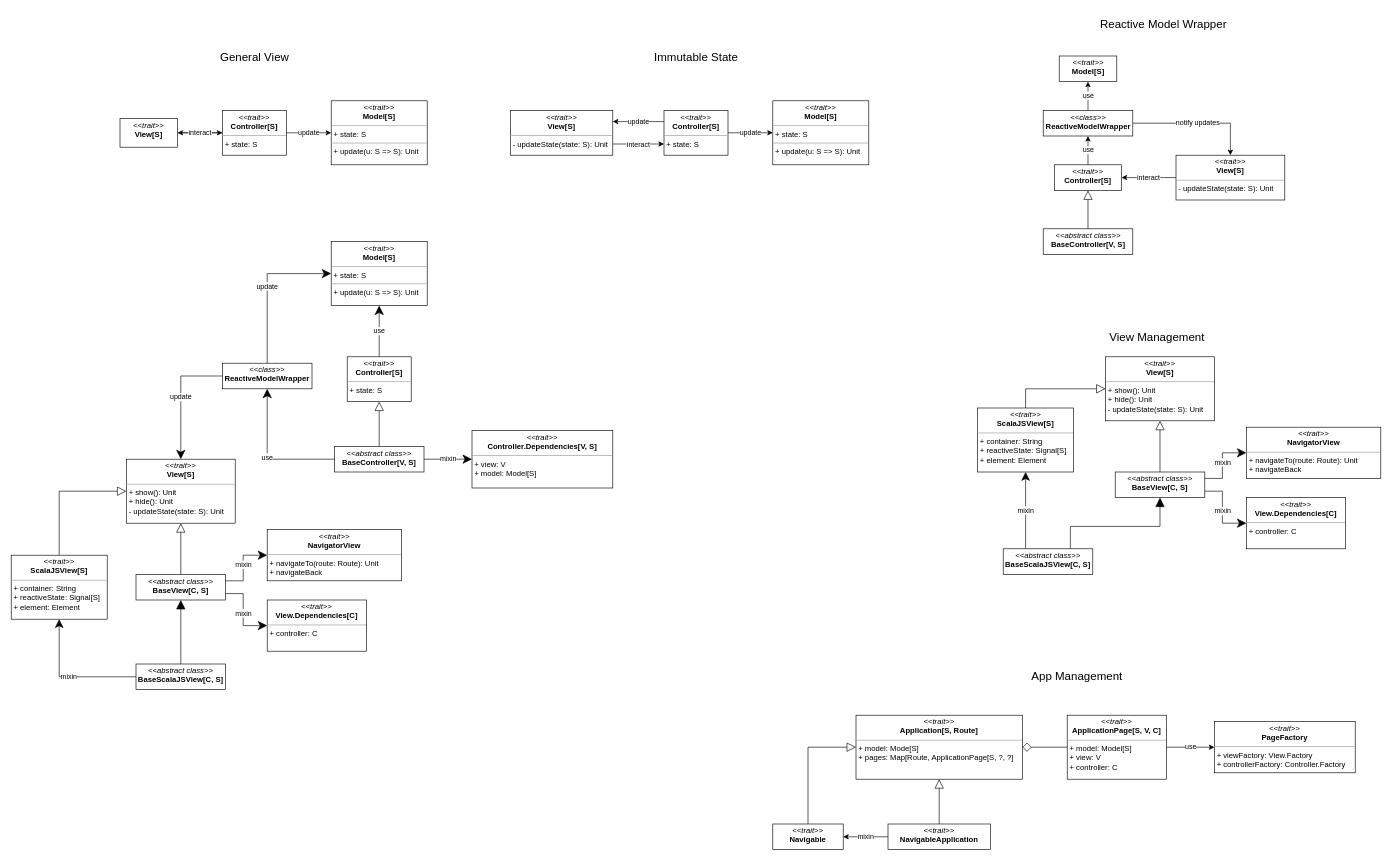
Above: page "MVC" (7 of 9) of scatan.drawio in zucchero-sintattico/pps-22-scatan (draw.io), before the change. Source tidied: cells renumbered, new cells numbered last; positions are measured from the earlier drawing's top-left corner, leaving out a move shared by most shapes. Both pictures are drawn from the tidied source at 64%, with x=0, y=0 at pixel (11, 11).
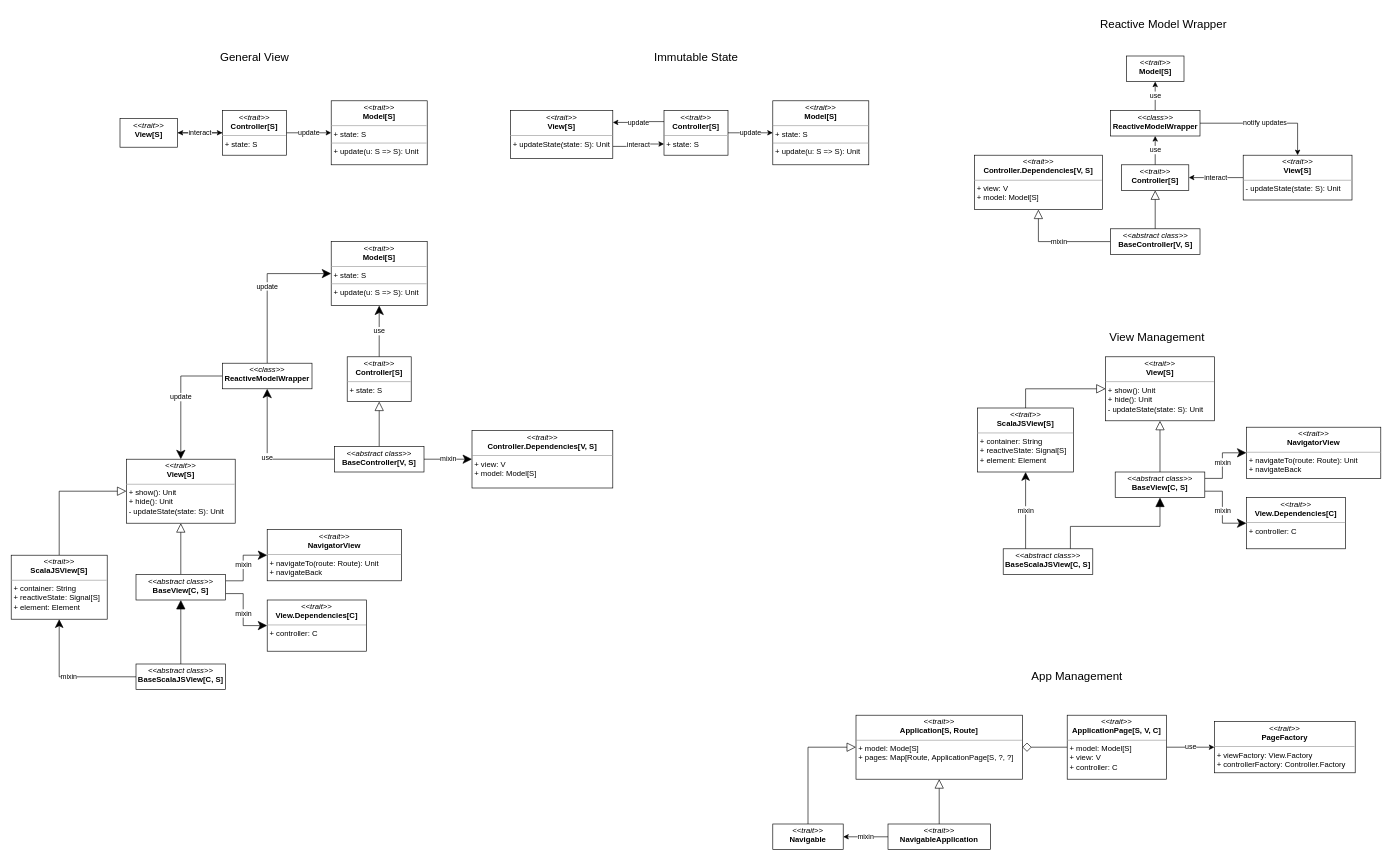
The same page after the edit.

What changed in the source:
```diff
@@
-    <mxCell id="47" value="&lt;p style=&quot;margin:0px;margin-top:4px;text-align:center;&quot;&gt;&lt;i&gt;&amp;lt;&amp;lt;trait&amp;gt;&amp;gt;&lt;/i&gt;&lt;br&gt;&lt;b&gt;View[S]&lt;/b&gt;&lt;/p&gt;&lt;hr size=&quot;1&quot;&gt;&lt;p style=&quot;margin:0px;margin-left:4px;&quot;&gt;&lt;span style=&quot;background-color: initial;&quot;&gt;- updateState(state: S): Unit&lt;/span&gt;&lt;br&gt;&lt;/p&gt;" style="verticalAlign=top;align=left;overflow=fill;fontSize=12;fontFamily=Helvetica;html=1;whiteSpace=wrap;" parent="1" vertex="1">
-      <mxGeometry x="780" y="155" width="160" height="70" as="geometry" />
+    <mxCell id="47" value="&lt;p style=&quot;margin:0px;margin-top:4px;text-align:center;&quot;&gt;&lt;i&gt;&amp;lt;&amp;lt;trait&amp;gt;&amp;gt;&lt;/i&gt;&lt;br&gt;&lt;b&gt;View[S]&lt;/b&gt;&lt;/p&gt;&lt;hr size=&quot;1&quot;&gt;&lt;p style=&quot;margin:0px;margin-left:4px;&quot;&gt;&lt;span style=&quot;background-color: initial;&quot;&gt;+ updateState(state: S): Unit&lt;/span&gt;&lt;br&gt;&lt;/p&gt;" style="verticalAlign=top;align=left;overflow=fill;fontSize=12;fontFamily=Helvetica;html=1;whiteSpace=wrap;" parent="1" vertex="1">
+      <mxGeometry x="780" y="155" width="160" height="75" as="geometry" />
     </mxCell>
@@
     <mxCell id="49" value="&lt;p style=&quot;margin:0px;margin-top:4px;text-align:center;&quot;&gt;&lt;i&gt;&amp;lt;&amp;lt;trait&amp;gt;&amp;gt;&lt;/i&gt;&lt;br&gt;&lt;b&gt;Model[S]&lt;/b&gt;&lt;/p&gt;" style="verticalAlign=top;align=left;overflow=fill;fontSize=12;fontFamily=Helvetica;html=1;whiteSpace=wrap;" parent="1" vertex="1">
-      <mxGeometry x="1637.5" y="70" width="90" height="40" as="geometry" />
+      <mxGeometry x="1742.5" y="70" width="90" height="40" as="geometry" />
     </mxCell>
@@
     <mxCell id="51" value="&lt;p style=&quot;margin:0px;margin-top:4px;text-align:center;&quot;&gt;&lt;i&gt;&amp;lt;&amp;lt;trait&amp;gt;&amp;gt;&lt;/i&gt;&lt;br&gt;&lt;b&gt;Controller[S]&lt;/b&gt;&lt;/p&gt;" style="verticalAlign=top;align=left;overflow=fill;fontSize=12;fontFamily=Helvetica;html=1;whiteSpace=wrap;" parent="1" vertex="1">
-      <mxGeometry x="1630" y="240" width="105" height="40" as="geometry" />
+      <mxGeometry x="1735" y="240" width="105" height="40" as="geometry" />
     </mxCell>
@@
     <mxCell id="54" value="&lt;p style=&quot;margin:0px;margin-top:4px;text-align:center;&quot;&gt;&lt;i&gt;&amp;lt;&amp;lt;class&amp;gt;&amp;gt;&lt;/i&gt;&lt;br&gt;&lt;b&gt;ReactiveModelWrapper&lt;/b&gt;&lt;/p&gt;" style="verticalAlign=top;align=left;overflow=fill;fontSize=12;fontFamily=Helvetica;html=1;whiteSpace=wrap;" parent="1" vertex="1">
-      <mxGeometry x="1612.5" y="155" width="140" height="40" as="geometry" />
+      <mxGeometry x="1717.5" y="155" width="140" height="40" as="geometry" />
     </mxCell>
@@
+    <mxCell id="74" value="mixin" style="edgeStyle=orthogonalEdgeStyle;rounded=0;jettySize=auto;html=1;exitX=0;exitY=0.5;exitDx=0;exitDy=0;entryX=0.5;entryY=1;entryDx=0;entryDy=0;endArrow=block;endFill=0;endSize=12;" parent="1" edge="1" source="56" target="75">
+      <mxGeometry relative="1" as="geometry" />
+    </mxCell>
     <mxCell id="56" value="&lt;p style=&quot;margin:0px;margin-top:4px;text-align:center;&quot;&gt;&lt;i&gt;&amp;lt;&amp;lt;abstract class&amp;gt;&amp;gt;&lt;/i&gt;&lt;br&gt;&lt;b&gt;BaseController[V, S]&lt;/b&gt;&lt;/p&gt;" style="verticalAlign=top;align=left;overflow=fill;fontSize=12;fontFamily=Helvetica;html=1;whiteSpace=wrap;" parent="1" vertex="1">
-      <mxGeometry x="1612.5" y="340" width="140" height="40" as="geometry" />
+      <mxGeometry x="1717.5" y="340" width="140" height="40" as="geometry" />
     </mxCell>
@@
     <mxCell id="58" value="&lt;p style=&quot;margin:0px;margin-top:4px;text-align:center;&quot;&gt;&lt;i&gt;&amp;lt;&amp;lt;trait&amp;gt;&amp;gt;&lt;/i&gt;&lt;br&gt;&lt;b&gt;View[S]&lt;/b&gt;&lt;/p&gt;&lt;hr size=&quot;1&quot;&gt;&lt;p style=&quot;margin:0px;margin-left:4px;&quot;&gt;&lt;span style=&quot;background-color: initial;&quot;&gt;- updateState(state: S): Unit&lt;/span&gt;&lt;br&gt;&lt;/p&gt;" style="verticalAlign=top;align=left;overflow=fill;fontSize=12;fontFamily=Helvetica;html=1;whiteSpace=wrap;" parent="1" vertex="1">
-      <mxGeometry x="1820" y="225" width="170" height="70" as="geometry" />
+      <mxGeometry x="1925" y="225" width="170" height="70" as="geometry" />
     </mxCell>
@@
+    <mxCell id="75" value="&lt;p style=&quot;margin:0px;margin-top:4px;text-align:center;&quot;&gt;&lt;i&gt;&amp;lt;&amp;lt;trait&amp;gt;&amp;gt;&lt;/i&gt;&lt;br&gt;&lt;b&gt;Controller.Dependencies[V, S]&lt;/b&gt;&lt;/p&gt;&lt;hr size=&quot;1&quot;&gt;&lt;p style=&quot;margin:0px;margin-left:4px;&quot;&gt;+ view: V&lt;/p&gt;&lt;p style=&quot;margin:0px;margin-left:4px;&quot;&gt;+ model: Model[S]&lt;/p&gt;" style="verticalAlign=top;align=left;overflow=fill;fontSize=12;fontFamily=Helvetica;html=1;whiteSpace=wrap;" parent="1" vertex="1">
+      <mxGeometry x="1505" y="225" width="200" height="85" as="geometry" />
+    </mxCell>
```
